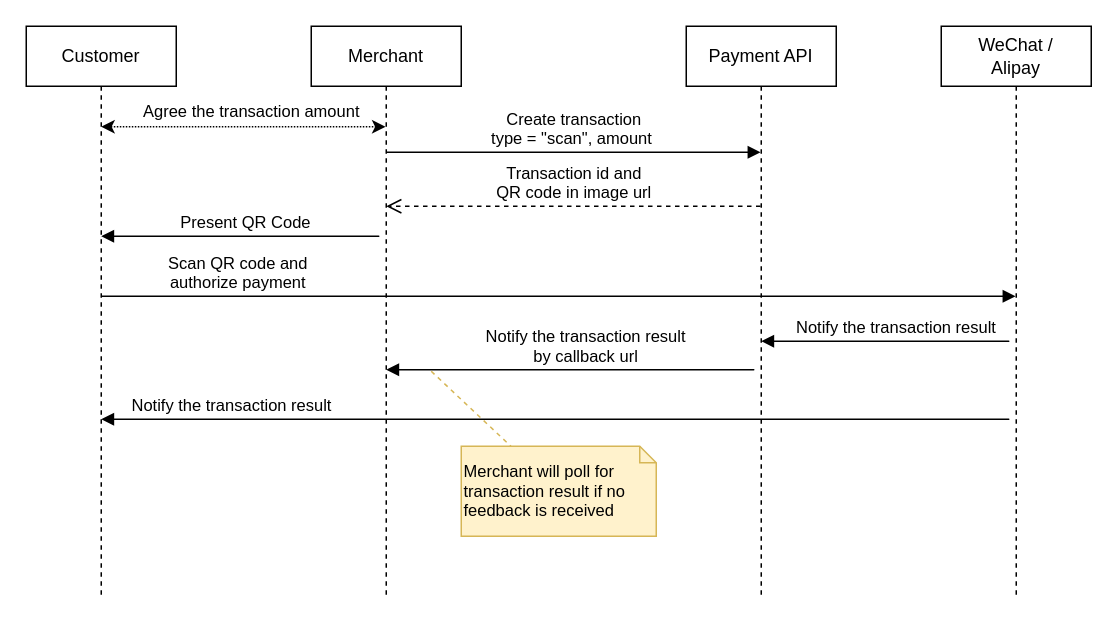
This is page "Customer Scan QR Code" (2 of 4) of Payment Service.drawio from whalebig27/change-request-process-diagram, a draw.io file, before an edit. Source tidied: cells renumbered, new cells numbered last; positions are measured from the earlier drawing's top-left corner, leaving out a move shared by most shapes. Both pictures are drawn from the tidied source at 150%, with x=0, y=0 at pixel (26, 26).
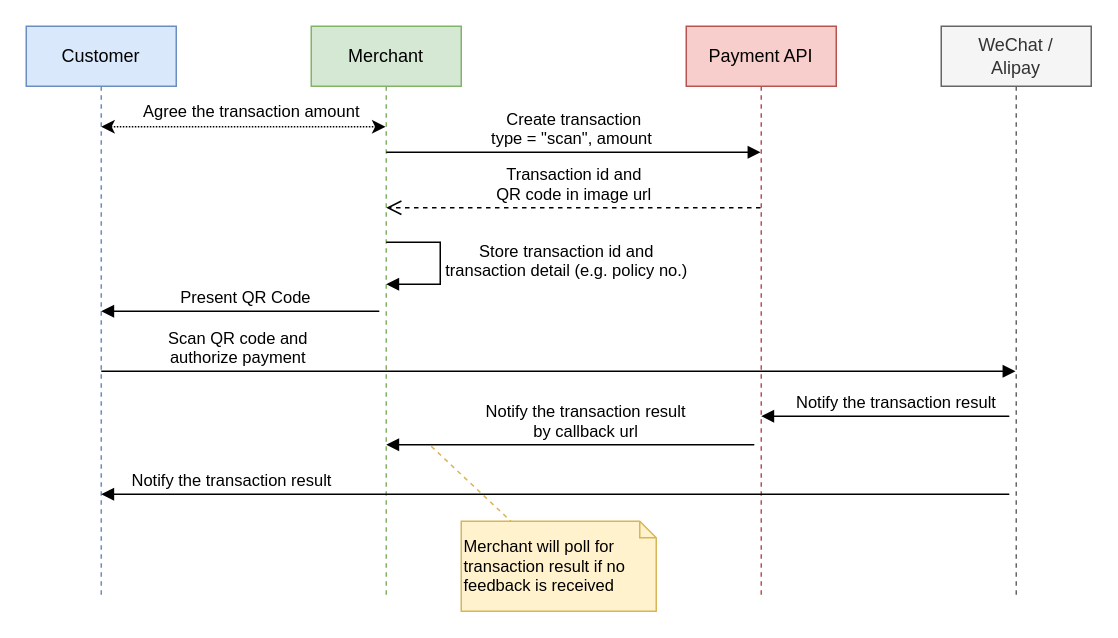
The same diagram, later.

Diff of the diagram source:
```diff
@@
-    <mxCell id="2" value="Customer" style="shape=umlLifeline;perimeter=lifelinePerimeter;whiteSpace=wrap;html=1;" parent="1" vertex="1">
+    <mxCell id="2" value="Customer" style="shape=umlLifeline;perimeter=lifelinePerimeter;whiteSpace=wrap;html=1;fillColor=#dae8fc;strokeColor=#6c8ebf;" parent="1" vertex="1">
       <mxGeometry width="100" height="380" as="geometry" />
     </mxCell>
-    <mxCell id="3" value="Merchant" style="shape=umlLifeline;perimeter=lifelinePerimeter;whiteSpace=wrap;html=1;" parent="1" vertex="1">
+    <mxCell id="3" value="Merchant" style="shape=umlLifeline;perimeter=lifelinePerimeter;whiteSpace=wrap;html=1;fillColor=#d5e8d4;strokeColor=#82b366;" parent="1" vertex="1">
       <mxGeometry x="190" width="100" height="380" as="geometry" />
     </mxCell>
-    <mxCell id="4" value="Payment API" style="shape=umlLifeline;perimeter=lifelinePerimeter;whiteSpace=wrap;html=1;" parent="1" vertex="1">
+    <mxCell id="4" value="Payment API" style="shape=umlLifeline;perimeter=lifelinePerimeter;whiteSpace=wrap;html=1;fillColor=#f8cecc;strokeColor=#b85450;" parent="1" vertex="1">
       <mxGeometry x="440" width="100" height="380" as="geometry" />
     </mxCell>
     <mxCell id="5" value="Scan QR code and&lt;br&gt;authorize payment&lt;br&gt;" style="html=1;verticalAlign=bottom;endArrow=block;" parent="1" edge="1">
       <mxGeometry x="-0.7" relative="1" as="geometry">
-        <mxPoint x="50" y="180" as="sourcePoint" />
-        <mxPoint x="659.5" y="180" as="targetPoint" />
+        <mxPoint x="50" y="230" as="sourcePoint" />
+        <mxPoint x="659.5" y="230" as="targetPoint" />
         <Array as="points">
-          <mxPoint x="120.5" y="180" />
+          <mxPoint x="120.5" y="230" />
         </Array>
       </mxGeometry>
     </mxCell>
@@
     <mxCell id="7" value="Present QR Code" style="html=1;verticalAlign=bottom;endArrow=block;align=right;" parent="1" edge="1">
       <mxGeometry relative="1" as="geometry">
-        <mxPoint x="149.5" y="140" as="sourcePoint" />
-        <mxPoint x="50" y="140" as="targetPoint" />
+        <mxPoint x="149.5" y="190" as="sourcePoint" />
+        <mxPoint x="50" y="190" as="targetPoint" />
         <Array as="points">
-          <mxPoint x="240" y="140" />
+          <mxPoint x="240" y="190" />
         </Array>
       </mxGeometry>
     </mxCell>
     <mxCell id="8" value="Transaction id and &lt;br&gt;QR code in image url" style="html=1;verticalAlign=bottom;endArrow=open;dashed=1;endSize=8;" parent="1" edge="1">
       <mxGeometry relative="1" as="geometry">
-        <mxPoint x="489.5" y="120" as="sourcePoint" />
-        <mxPoint x="240" y="120" as="targetPoint" />
+        <mxPoint x="489.5" y="121" as="sourcePoint" />
+        <mxPoint x="240" y="121" as="targetPoint" />
       </mxGeometry>
     </mxCell>
-    <mxCell id="9" value="WeChat / &lt;br&gt;Alipay" style="shape=umlLifeline;perimeter=lifelinePerimeter;whiteSpace=wrap;html=1;" parent="1" vertex="1">
+    <mxCell id="9" value="WeChat / &lt;br&gt;Alipay" style="shape=umlLifeline;perimeter=lifelinePerimeter;whiteSpace=wrap;html=1;fillColor=#f5f5f5;strokeColor=#666666;fontColor=#333333;" parent="1" vertex="1">
       <mxGeometry x="610" width="100" height="380" as="geometry" />
     </mxCell>
     <mxCell id="10" value="Notify the transaction result &lt;br&gt;&lt;div style=&quot;text-align: center&quot;&gt;by callback url&lt;/div&gt;" style="html=1;verticalAlign=bottom;endArrow=block;align=right;" parent="1" edge="1">
       <mxGeometry relative="1" as="geometry">
-        <mxPoint x="339.5" y="229" as="sourcePoint" />
-        <mxPoint x="240" y="229" as="targetPoint" />
+        <mxPoint x="339.5" y="279" as="sourcePoint" />
+        <mxPoint x="240" y="279" as="targetPoint" />
         <Array as="points">
-          <mxPoint x="490" y="229" />
+          <mxPoint x="490" y="279" />
         </Array>
       </mxGeometry>
     </mxCell>
     <mxCell id="11" value="Notify the transaction result&amp;nbsp;&lt;br&gt;" style="html=1;verticalAlign=bottom;endArrow=block;align=right;" parent="1" edge="1">
       <mxGeometry relative="1" as="geometry">
-        <mxPoint x="509.5" y="210" as="sourcePoint" />
-        <mxPoint x="490" y="210" as="targetPoint" />
+        <mxPoint x="509.5" y="260" as="sourcePoint" />
+        <mxPoint x="490" y="260" as="targetPoint" />
         <Array as="points">
-          <mxPoint x="660" y="210" />
+          <mxPoint x="660" y="260" />
         </Array>
       </mxGeometry>
     </mxCell>
     <mxCell id="12" value="Notify the transaction result&amp;nbsp;&lt;br&gt;" style="html=1;verticalAlign=bottom;endArrow=block;align=right;" parent="1" edge="1">
       <mxGeometry x="-0.77" relative="1" as="geometry">
-        <mxPoint x="69.5" y="262" as="sourcePoint" />
-        <mxPoint x="50" y="262" as="targetPoint" />
+        <mxPoint x="69.5" y="312" as="sourcePoint" />
+        <mxPoint x="50" y="312" as="targetPoint" />
         <Array as="points">
-          <mxPoint x="660" y="262" />
+          <mxPoint x="660" y="312" />
         </Array>
       </mxGeometry>
     </mxCell>
@@
     <mxCell id="14" value="Merchant will poll for transaction result if no feedback is received" style="shape=note;whiteSpace=wrap;html=1;size=11;verticalAlign=top;align=left;spacingTop=4;fontSize=11;fillColor=#fff2cc;strokeColor=#d6b656;" parent="1" vertex="1">
-      <mxGeometry x="290" y="280" width="130" height="60" as="geometry" />
+      <mxGeometry x="290" y="330" width="130" height="60" as="geometry" />
     </mxCell>
     <mxCell id="15" style="endArrow=none;dashed=1;html=1;fontSize=11;fillColor=#fff2cc;strokeColor=#d6b656;" parent="1" edge="1" target="14">
       <mxGeometry relative="1" as="geometry">
-        <mxPoint x="270" y="230" as="sourcePoint" />
+        <mxPoint x="270" y="280" as="sourcePoint" />
       </mxGeometry>
     </mxCell>
+    <mxCell id="16" value="Store transaction id and &lt;br&gt;transaction detail (e.g. policy no.)" style="html=1;verticalAlign=bottom;endArrow=block;align=center;rounded=0;" parent="1" edge="1">
+      <mxGeometry x="0.28" y="-84" relative="1" as="geometry">
+        <mxPoint x="240" y="144" as="sourcePoint" />
+        <mxPoint x="240" y="172" as="targetPoint" />
+        <Array as="points">
+          <mxPoint x="276" y="144" />
+          <mxPoint x="276" y="172" />
+        </Array>
+        <mxPoint x="84" y="84" as="offset" />
+      </mxGeometry>
+    </mxCell>
```
